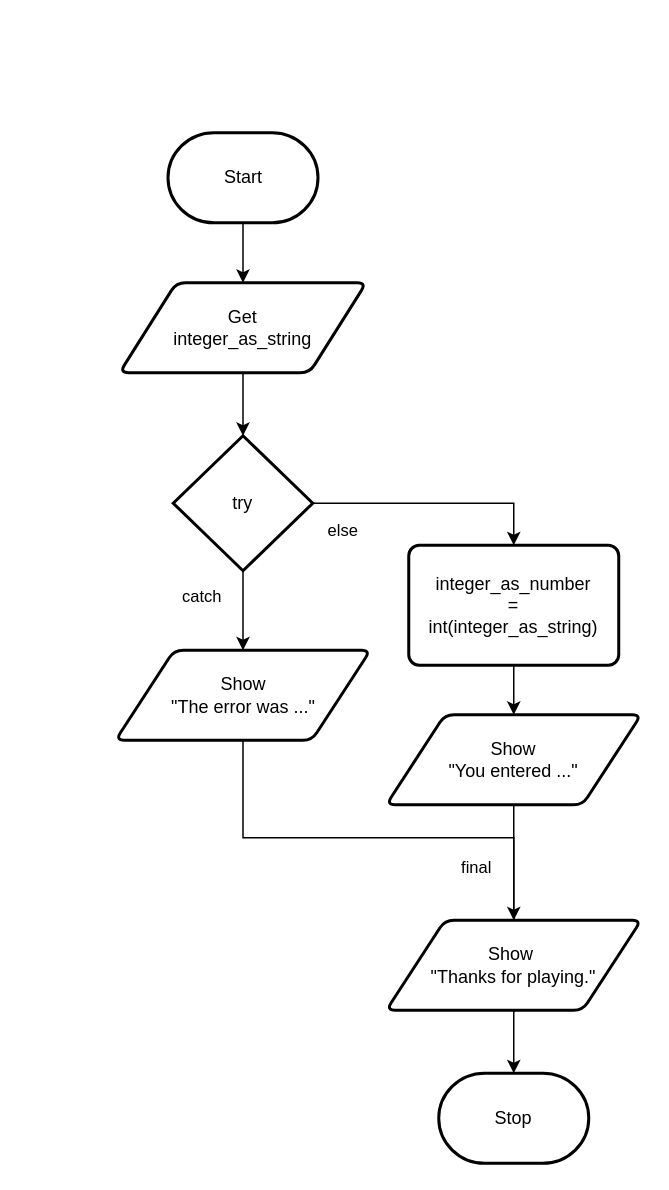
Before: docs/structured-problem-solving/images/flowchart-try-catch.drawio in Mr-Coxall/Computer-Based-Problem-Solving, a draw.io diagram. Source tidied: cells renumbered, new cells numbered last; positions are measured from the earlier drawing's top-left corner, leaving out a move shared by most shapes. Both pictures are drawn from the tidied source at 150%, with x=0, y=0 at pixel (116, 132).
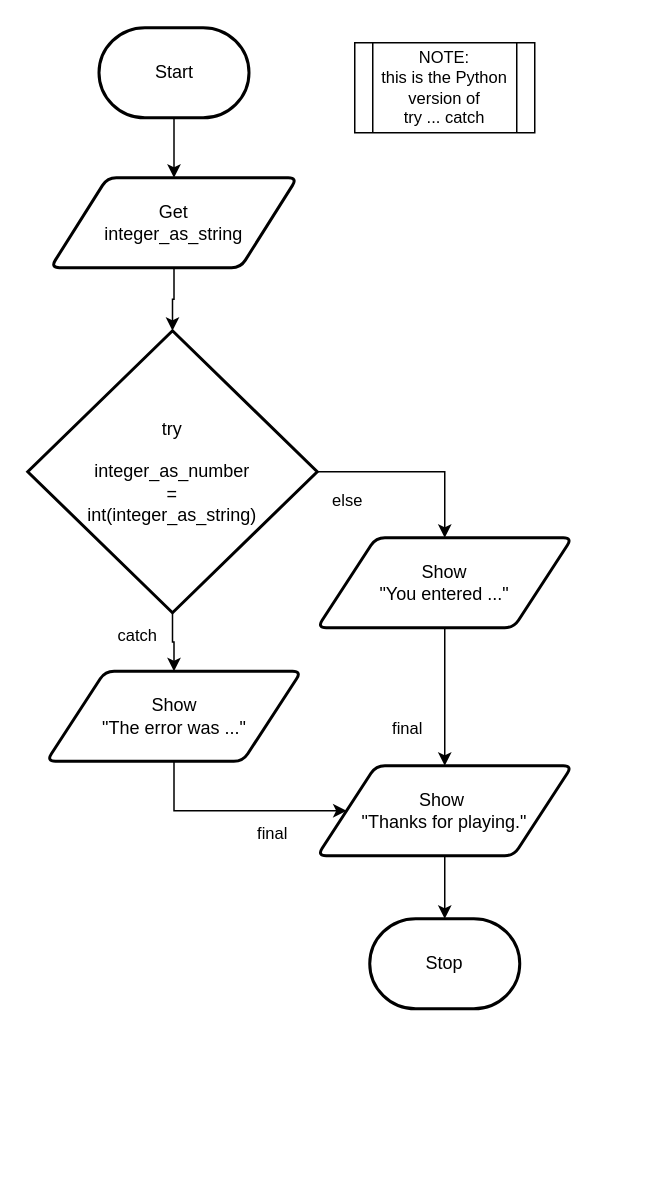
Above is the later version.

Commit message (it also covers changes not shown here):
revert back to python form of try and catch

Diff of the diagram source:
```diff
@@
     <mxCell id="3" value="Start" style="strokeWidth=2;html=1;shape=mxgraph.flowchart.terminator;whiteSpace=wrap;" parent="1" vertex="1">
-      <mxGeometry x="34.5" width="100" height="60" as="geometry" />
+      <mxGeometry x="-11.5" y="-70" width="100" height="60" as="geometry" />
     </mxCell>
@@
     <mxCell id="5" value="Get&lt;br&gt;integer_as_string" style="shape=parallelogram;html=1;strokeWidth=2;perimeter=parallelogramPerimeter;whiteSpace=wrap;rounded=1;arcSize=12;size=0.23;" parent="1" vertex="1">
-      <mxGeometry x="2.2" y="100" width="164.5" height="60" as="geometry" />
+      <mxGeometry x="-43.8" y="30" width="164.5" height="60" as="geometry" />
     </mxCell>
     <mxCell id="6" value="Stop" style="strokeWidth=2;html=1;shape=mxgraph.flowchart.terminator;whiteSpace=wrap;" parent="1" vertex="1">
-      <mxGeometry x="215" y="627" width="100" height="60" as="geometry" />
+      <mxGeometry x="169" y="524" width="100" height="60" as="geometry" />
     </mxCell>
     <mxCell id="7" style="edgeStyle=none;html=1;strokeColor=none;rounded=0;" parent="1" edge="1" source="10">
       <mxGeometry relative="1" as="geometry">
-        <mxPoint x="123.1" y="390" as="targetPoint" />
+        <mxPoint x="77.1" y="320" as="targetPoint" />
       </mxGeometry>
     </mxCell>
@@
-    <mxCell id="9" style="edgeStyle=orthogonalEdgeStyle;shape=connector;rounded=0;html=1;exitX=1;exitY=0.5;exitDx=0;exitDy=0;exitPerimeter=0;entryX=0.5;entryY=0;entryDx=0;entryDy=0;labelBackgroundColor=default;strokeColor=default;fontFamily=Helvetica;fontSize=11;fontColor=default;endArrow=classic;" parent="1" edge="1" source="10" target="21">
-      <mxGeometry relative="1" as="geometry" />
-    </mxCell>
+    <mxCell id="22" style="edgeStyle=orthogonalEdgeStyle;shape=connector;rounded=0;html=1;labelBackgroundColor=default;strokeColor=default;fontFamily=Helvetica;fontSize=11;fontColor=default;endArrow=classic;" parent="1" edge="1" source="10" target="13">
+      <mxGeometry relative="1" as="geometry">
+        <Array as="points">
+          <mxPoint x="219" y="226" />
+        </Array>
+      </mxGeometry>
+    </mxCell>
-    <mxCell id="10" value="try" style="strokeWidth=2;html=1;shape=mxgraph.flowchart.decision;whiteSpace=wrap;" parent="1" vertex="1">
-      <mxGeometry x="38" y="202" width="93" height="90" as="geometry" />
+    <mxCell id="10" value="try&lt;br&gt;&lt;br&gt;integer_as_number&lt;br&gt;=&lt;br&gt;int(integer_as_string)" style="strokeWidth=2;html=1;shape=mxgraph.flowchart.decision;whiteSpace=wrap;" parent="1" vertex="1">
+      <mxGeometry x="-59" y="132" width="193" height="188" as="geometry" />
     </mxCell>
     <mxCell id="11" value="catch" style="text;html=1;align=center;verticalAlign=middle;strokeColor=none;fillColor=none;fontSize=11;fontFamily=Helvetica;fontColor=default;" parent="1" vertex="1">
-      <mxGeometry x="32" y="294" width="50" height="30" as="geometry" />
+      <mxGeometry x="-11.5" y="320" width="50" height="30" as="geometry" />
     </mxCell>
-    <mxCell id="12" style="edgeStyle=orthogonalEdgeStyle;shape=connector;rounded=0;html=1;labelBackgroundColor=default;strokeColor=default;fontFamily=Helvetica;fontSize=11;fontColor=default;endArrow=classic;" parent="1" edge="1" source="13">
-      <mxGeometry relative="1" as="geometry">
-        <mxPoint x="265" y="587" as="targetPoint" />
-      </mxGeometry>
-    </mxCell>
+    <mxCell id="23" style="edgeStyle=orthogonalEdgeStyle;shape=connector;rounded=0;html=1;entryX=0.5;entryY=0;entryDx=0;entryDy=0;labelBackgroundColor=default;strokeColor=default;fontFamily=Helvetica;fontSize=11;fontColor=default;endArrow=classic;" parent="1" edge="1" source="13" target="18">
+      <mxGeometry relative="1" as="geometry" />
+    </mxCell>
     <mxCell id="13" value="Show &lt;br&gt;&quot;You entered ...&quot;" style="shape=parallelogram;html=1;strokeWidth=2;perimeter=parallelogramPerimeter;whiteSpace=wrap;rounded=1;arcSize=12;size=0.23;" parent="1" vertex="1">
-      <mxGeometry x="180" y="388" width="170" height="60" as="geometry" />
+      <mxGeometry x="134" y="270" width="170" height="60" as="geometry" />
     </mxCell>
-    <mxCell id="14" style="edgeStyle=orthogonalEdgeStyle;shape=connector;rounded=0;html=1;labelBackgroundColor=default;strokeColor=default;fontFamily=Helvetica;fontSize=11;fontColor=default;endArrow=classic;" parent="1" edge="1" source="15" target="18">
+    <mxCell id="14" style="edgeStyle=orthogonalEdgeStyle;shape=connector;rounded=0;html=1;exitX=0.5;exitY=1;exitDx=0;exitDy=0;entryX=0;entryY=0.5;entryDx=0;entryDy=0;labelBackgroundColor=default;strokeColor=default;fontFamily=Helvetica;fontSize=11;fontColor=default;endArrow=classic;" parent="1" edge="1" source="15" target="18">
       <mxGeometry relative="1" as="geometry">
         <Array as="points">
-          <mxPoint x="85" y="470" />
-          <mxPoint x="265" y="470" />
+          <mxPoint x="38" y="452" />
         </Array>
       </mxGeometry>
     </mxCell>
     <mxCell id="15" value="Show &lt;br&gt;&quot;The error was ...&quot;" style="shape=parallelogram;html=1;strokeWidth=2;perimeter=parallelogramPerimeter;whiteSpace=wrap;rounded=1;arcSize=12;size=0.23;" parent="1" vertex="1">
-      <mxGeometry x="-0.5" y="345" width="170" height="60" as="geometry" />
+      <mxGeometry x="-46.5" y="359" width="170" height="60" as="geometry" />
     </mxCell>
     <mxCell id="16" value="else" style="text;html=1;align=center;verticalAlign=middle;strokeColor=none;fillColor=none;fontSize=11;fontFamily=Helvetica;fontColor=default;" parent="1" vertex="1">
-      <mxGeometry x="131" y="250" width="40" height="30" as="geometry" />
+      <mxGeometry x="134" y="230" width="40" height="30" as="geometry" />
     </mxCell>
@@
     <mxCell id="18" value="Show&amp;nbsp;&lt;br&gt;&quot;Thanks for playing.&quot;" style="shape=parallelogram;html=1;strokeWidth=2;perimeter=parallelogramPerimeter;whiteSpace=wrap;rounded=1;arcSize=12;size=0.23;" parent="1" vertex="1">
-      <mxGeometry x="180" y="525" width="170" height="60" as="geometry" />
+      <mxGeometry x="134" y="422" width="170" height="60" as="geometry" />
     </mxCell>
     <mxCell id="19" value="final" style="text;html=1;align=center;verticalAlign=middle;strokeColor=none;fillColor=none;fontSize=11;fontFamily=Helvetica;fontColor=default;" parent="1" vertex="1">
-      <mxGeometry x="220" y="475" width="40" height="30" as="geometry" />
+      <mxGeometry x="174" y="382" width="40" height="30" as="geometry" />
     </mxCell>
-    <mxCell id="20" style="edgeStyle=orthogonalEdgeStyle;shape=connector;rounded=0;html=1;entryX=0.5;entryY=0;entryDx=0;entryDy=0;labelBackgroundColor=default;strokeColor=default;fontFamily=Helvetica;fontSize=11;fontColor=default;endArrow=classic;" parent="1" edge="1" source="21" target="13">
-      <mxGeometry relative="1" as="geometry" />
-    </mxCell>
-    <mxCell id="21" value="integer_as_number&lt;br&gt;=&lt;br&gt;int(integer_as_string)" style="rounded=1;whiteSpace=wrap;html=1;absoluteArcSize=1;arcSize=14;strokeWidth=2;" parent="1" vertex="1">
-      <mxGeometry x="195" y="275" width="140" height="80" as="geometry" />
-    </mxCell>
+    <mxCell id="24" value="final" style="text;html=1;align=center;verticalAlign=middle;strokeColor=none;fillColor=none;fontSize=11;fontFamily=Helvetica;fontColor=default;" parent="1" vertex="1">
+      <mxGeometry x="83.5" y="452" width="40" height="30" as="geometry" />
+    </mxCell>
+    <mxCell id="25" value="NOTE:&lt;br&gt;this is the Python version of &lt;br&gt;try ... catch" style="shape=process;whiteSpace=wrap;html=1;backgroundOutline=1;fontFamily=Helvetica;fontSize=11;fontColor=default;" parent="1" vertex="1">
+      <mxGeometry x="159" y="-60" width="120" height="60" as="geometry" />
+    </mxCell>
```
